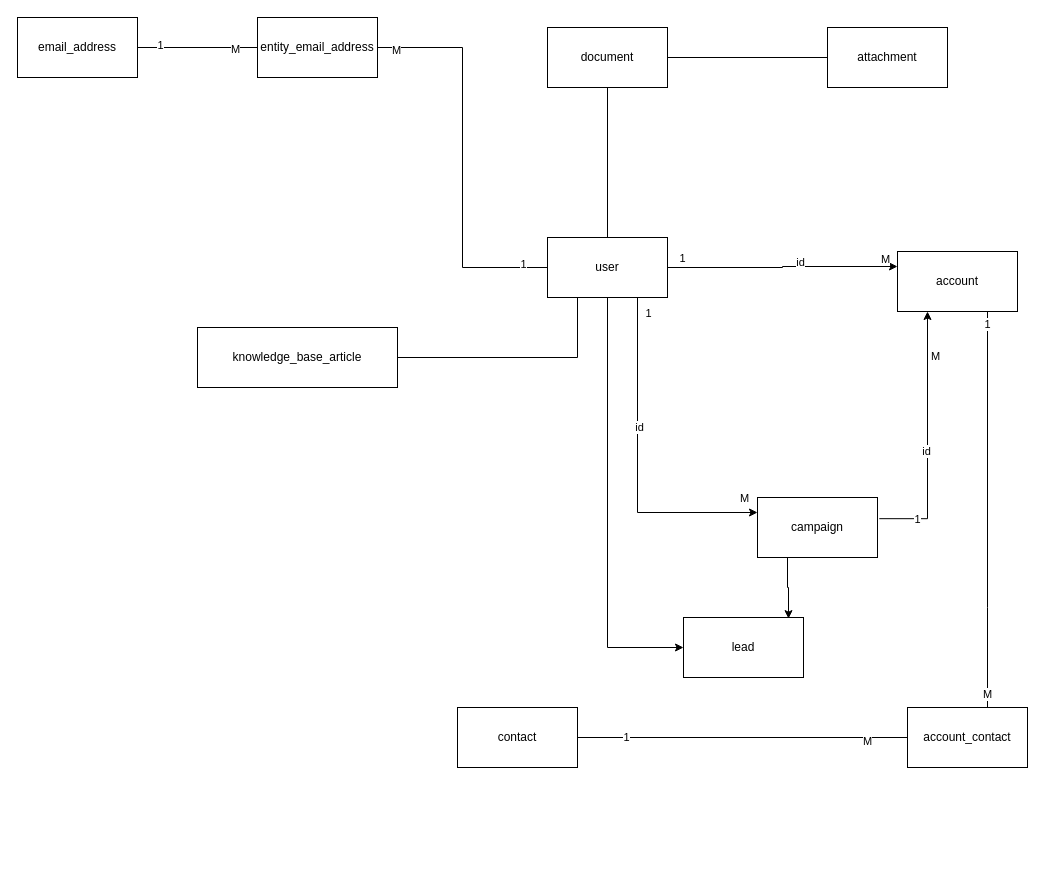
Earlier version of the draw.io diagram Untitled Diagram.drawio (egorb17/ESPO-DB). Source tidied: cells renumbered, new cells numbered last; positions are measured from the earlier drawing's top-left corner, leaving out a move shared by most shapes. Both pictures are drawn from the tidied source at 100%, with x=0, y=0 at pixel (17, 17).
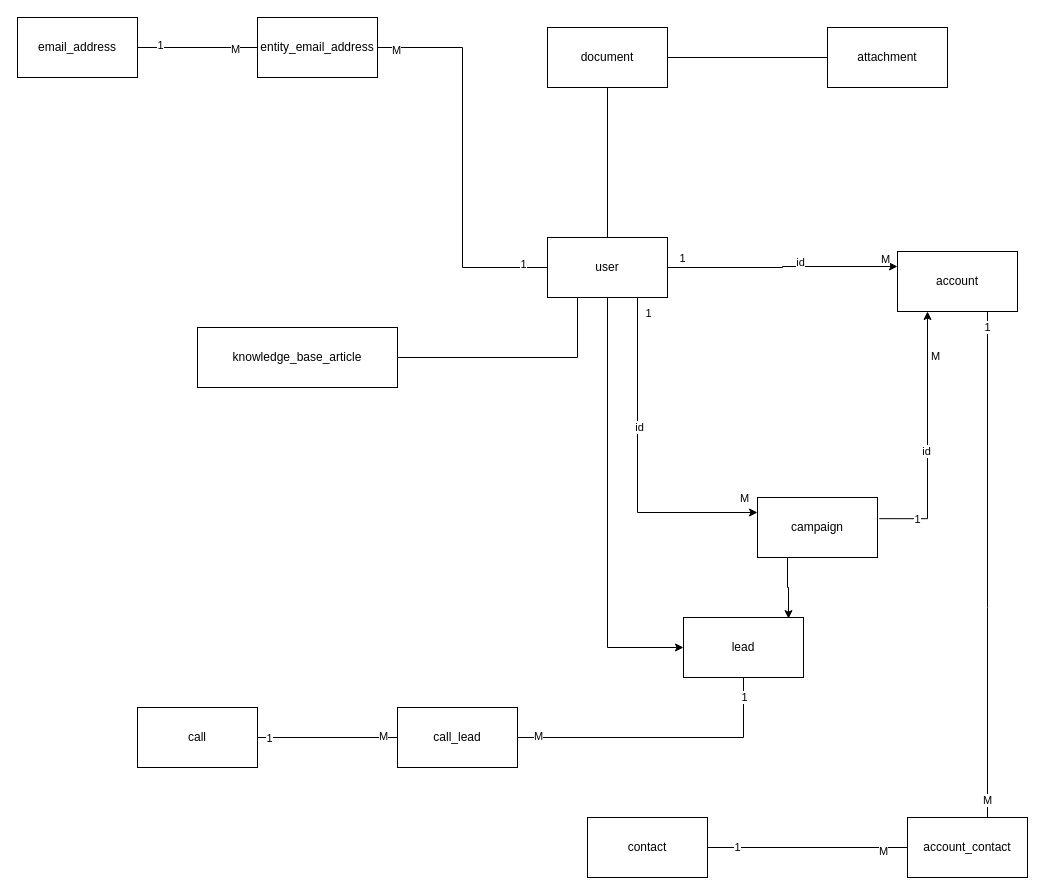
The same page after the edit.

Unchanged cells that the change refers to:
```xml
<mxCell id="39" value="lead" style="rounded=0;whiteSpace=wrap;html=1;" parent="1" vertex="1">
  <mxGeometry x="666" y="600" width="120" height="60" as="geometry" />
</mxCell>
```

Diff of the diagram source:
```diff
@@
     <mxCell id="34" value="account_contact" style="rounded=0;whiteSpace=wrap;html=1;" parent="1" vertex="1">
-      <mxGeometry x="890" y="690" width="120" height="60" as="geometry" />
+      <mxGeometry x="890" y="800" width="120" height="60" as="geometry" />
     </mxCell>
@@
     <mxCell id="38" value="contact" style="rounded=0;whiteSpace=wrap;html=1;" parent="1" vertex="1">
-      <mxGeometry x="440" y="690" width="120" height="60" as="geometry" />
+      <mxGeometry x="570" y="800" width="120" height="60" as="geometry" />
     </mxCell>
@@
+    <mxCell id="42" style="edgeStyle=orthogonalEdgeStyle;rounded=0;jettySize=auto;html=1;exitX=1;exitY=0.5;exitDx=0;exitDy=0;entryX=0.5;entryY=1;entryDx=0;entryDy=0;endArrow=none;endFill=0;" parent="1" edge="1" source="45" target="39">
+      <mxGeometry relative="1" as="geometry" />
+    </mxCell>
+    <mxCell id="43" value="M" style="edgeLabel;html=1;align=center;verticalAlign=middle;" parent="42" vertex="1">
+      <mxGeometry x="-0.86" y="2" relative="1" as="geometry" />
+    </mxCell>
+    <mxCell id="44" value="1" style="edgeLabel;html=1;align=center;verticalAlign=middle;" parent="42" vertex="1">
+      <mxGeometry x="0.87" relative="1" as="geometry" />
+    </mxCell>
+    <mxCell id="45" value="call_lead" style="rounded=0;whiteSpace=wrap;html=1;" parent="1" vertex="1">
+      <mxGeometry x="380" y="690" width="120" height="60" as="geometry" />
+    </mxCell>
+    <mxCell id="46" style="edgeStyle=orthogonalEdgeStyle;rounded=0;jettySize=auto;html=1;entryX=0;entryY=0.5;entryDx=0;entryDy=0;endArrow=none;endFill=0;" parent="1" edge="1" source="49" target="45">
+      <mxGeometry relative="1" as="geometry" />
+    </mxCell>
+    <mxCell id="47" value="1" style="edgeLabel;html=1;align=center;verticalAlign=middle;" parent="46" vertex="1">
+      <mxGeometry x="-0.85" relative="1" as="geometry" />
+    </mxCell>
+    <mxCell id="48" value="M" style="edgeLabel;html=1;align=center;verticalAlign=middle;" parent="46" vertex="1">
+      <mxGeometry x="0.79" y="2" relative="1" as="geometry" />
+    </mxCell>
+    <mxCell id="49" value="call" style="rounded=0;whiteSpace=wrap;html=1;" parent="1" vertex="1">
+      <mxGeometry x="120" y="690" width="120" height="60" as="geometry" />
+    </mxCell>
```
